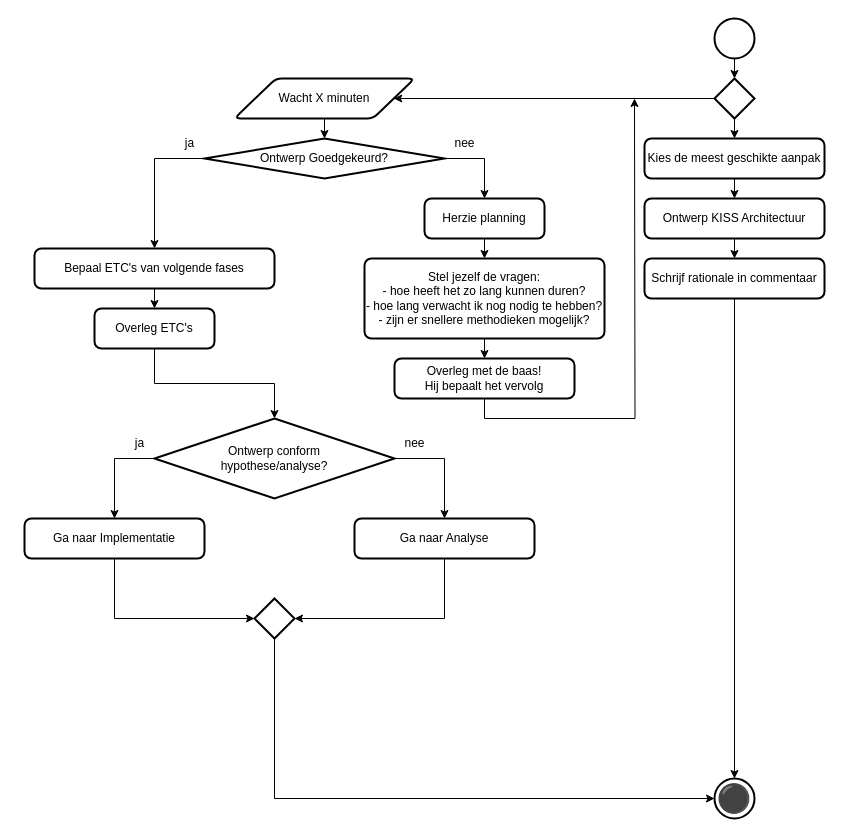
Above: 3 Issue Tracker ontwerp.drawio in Zaibatsu89/IssueTracker (draw.io), before the change. Source tidied: cells renumbered, new cells numbered last; positions are measured from the earlier drawing's top-left corner, leaving out a move shared by most shapes. Both pictures are drawn from the tidied source at 100%, with x=0, y=0 at pixel (24, 18).
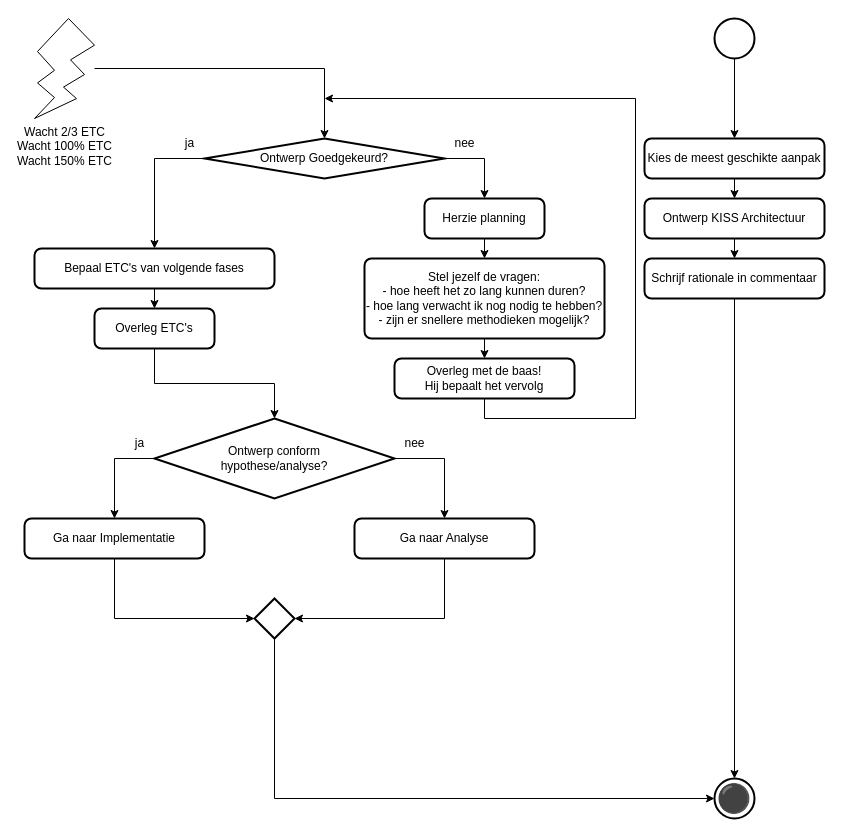
The same diagram, later.

The change refers to these unchanged cells:
```xml
<mxCell id="2" style="strokeWidth=2;html=1;shape=mxgraph.flowchart.start_2;whiteSpace=wrap;" parent="1" vertex="1">
  <mxGeometry x="690" width="40" height="40" as="geometry" />
</mxCell>
<mxCell id="4" value="Kies de meest geschikte aanpak" style="rounded=1;whiteSpace=wrap;html=1;absoluteArcSize=1;arcSize=14;strokeWidth=2;" parent="1" vertex="1">
  <mxGeometry x="620" y="120" width="180" height="40" as="geometry" />
</mxCell>
<mxCell id="10" value="Ontwerp Goedgekeurd?" style="strokeWidth=2;html=1;shape=mxgraph.flowchart.decision;whiteSpace=wrap;" parent="1" vertex="1">
  <mxGeometry x="180" y="120" width="240" height="40" as="geometry" />
</mxCell>
<mxCell id="35" value="Overleg met de baas!&lt;br&gt;Hij bepaalt het vervolg" style="rounded=1;whiteSpace=wrap;html=1;absoluteArcSize=1;arcSize=14;strokeWidth=2;" parent="1" vertex="1">
  <mxGeometry x="370" y="340" width="180" height="40" as="geometry" />
</mxCell>
```

Diff of the diagram source:
```diff
@@
+    <mxCell id="42" style="edgeStyle=orthogonalEdgeStyle;rounded=0;jettySize=auto;html=1;exitX=0.5;exitY=1;exitDx=0;exitDy=0;exitPerimeter=0;entryX=0.5;entryY=0;entryDx=0;entryDy=0;" parent="1" edge="1" source="2" target="4">
+      <mxGeometry relative="1" as="geometry" />
+    </mxCell>
@@
-    <mxCell id="25" style="edgeStyle=orthogonalEdgeStyle;rounded=0;jettySize=auto;html=1;exitX=0;exitY=0.5;exitDx=0;exitDy=0;exitPerimeter=0;entryX=1;entryY=0.5;entryDx=0;entryDy=0;" parent="1" edge="1" source="27" target="29">
-      <mxGeometry relative="1" as="geometry" />
-    </mxCell>
-    <mxCell id="26" style="edgeStyle=orthogonalEdgeStyle;rounded=0;jettySize=auto;html=1;exitX=0.5;exitY=1;exitDx=0;exitDy=0;exitPerimeter=0;entryX=0.5;entryY=0;entryDx=0;entryDy=0;" parent="1" edge="1" source="27" target="4">
-      <mxGeometry relative="1" as="geometry" />
-    </mxCell>
-    <mxCell id="27" style="strokeWidth=2;html=1;shape=mxgraph.flowchart.decision;whiteSpace=wrap;" parent="1" vertex="1">
-      <mxGeometry x="690" y="60" width="40" height="40" as="geometry" />
-    </mxCell>
-    <mxCell id="28" style="edgeStyle=orthogonalEdgeStyle;rounded=0;jettySize=auto;html=1;exitX=0.5;exitY=1;exitDx=0;exitDy=0;exitPerimeter=0;entryX=0.5;entryY=0;entryDx=0;entryDy=0;entryPerimeter=0;" parent="1" edge="1" source="2" target="27">
-      <mxGeometry relative="1" as="geometry" />
-    </mxCell>
-    <mxCell id="29" value="Wacht X minuten" style="shape=parallelogram;html=1;strokeWidth=2;perimeter=parallelogramPerimeter;whiteSpace=wrap;rounded=1;arcSize=12;size=0.23;" parent="1" vertex="1">
-      <mxGeometry x="210" y="60" width="180" height="40" as="geometry" />
-    </mxCell>
@@
     <mxCell id="34" style="edgeStyle=orthogonalEdgeStyle;rounded=0;jettySize=auto;html=1;exitX=0.5;exitY=1;exitDx=0;exitDy=0;" parent="1" edge="1" source="35">
       <mxGeometry relative="1" as="geometry">
-        <mxPoint x="610" y="80" as="targetPoint" />
+        <mxPoint x="300" y="80" as="targetPoint" />
+        <Array as="points">
+          <mxPoint x="460" y="400" />
+          <mxPoint x="611" y="400" />
+        </Array>
       </mxGeometry>
     </mxCell>
@@
-    <mxCell id="36" style="edgeStyle=orthogonalEdgeStyle;rounded=0;jettySize=auto;html=1;exitX=0.5;exitY=1;exitDx=0;exitDy=0;entryX=0.5;entryY=0;entryDx=0;entryDy=0;entryPerimeter=0;" parent="1" edge="1" source="29" target="10">
-      <mxGeometry relative="1" as="geometry" />
-    </mxCell>
@@
+    <mxCell id="43" value="Wacht 2/3 ETC&lt;br&gt;Wacht 100% ETC&lt;br&gt;Wacht 150% ETC" style="verticalLabelPosition=bottom;verticalAlign=top;html=1;shape=mxgraph.basic.flash;" parent="1" vertex="1">
+      <mxGeometry x="10" width="60" height="100" as="geometry" />
+    </mxCell>
+    <mxCell id="44" style="edgeStyle=orthogonalEdgeStyle;rounded=0;jettySize=auto;html=1;entryX=0.5;entryY=0;entryDx=0;entryDy=0;entryPerimeter=0;" parent="1" edge="1" source="43" target="10">
+      <mxGeometry relative="1" as="geometry" />
+    </mxCell>
```
